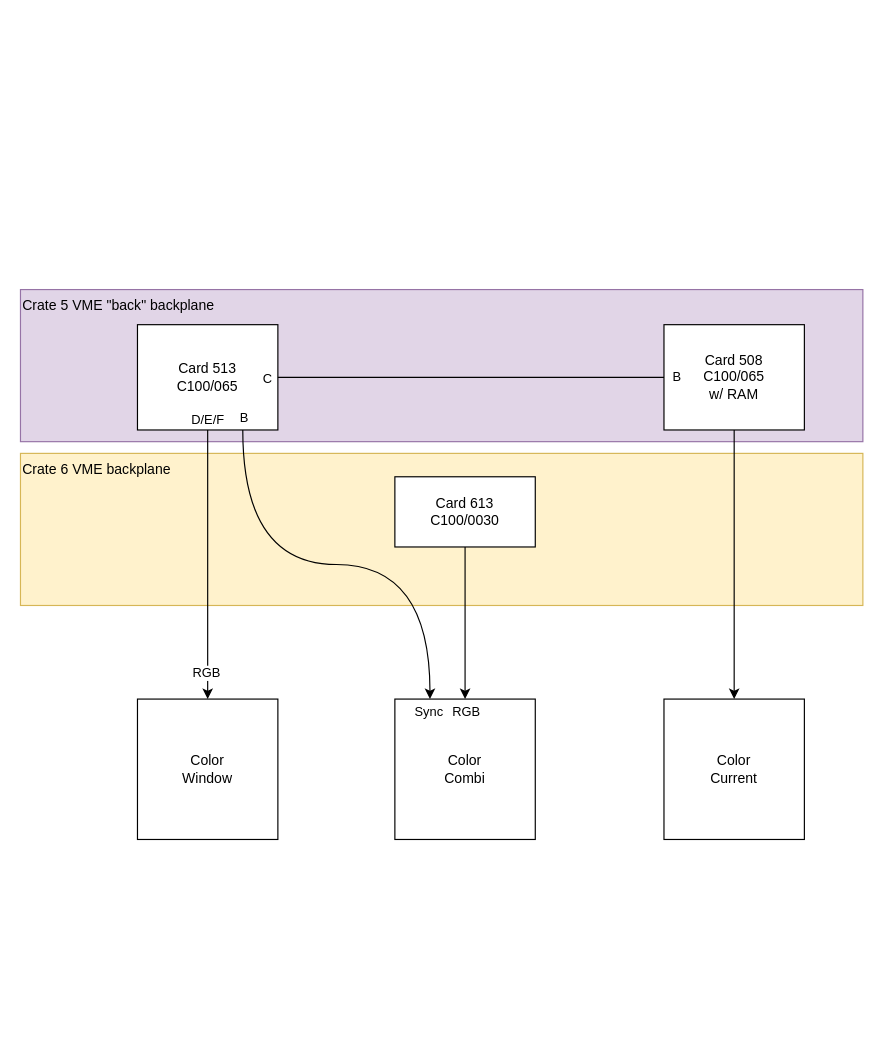
Before: page "Block diagram" (2 of 2) of hardware/Aesthedes 2 HW.drawio in egueli/Aesthedes-notes, a draw.io diagram. Source tidied: cells renumbered, new cells numbered last; positions are measured from the earlier drawing's top-left corner, leaving out a move shared by most shapes. Both pictures are drawn from the tidied source at 117%, with x=0, y=0 at pixel (20, 289).
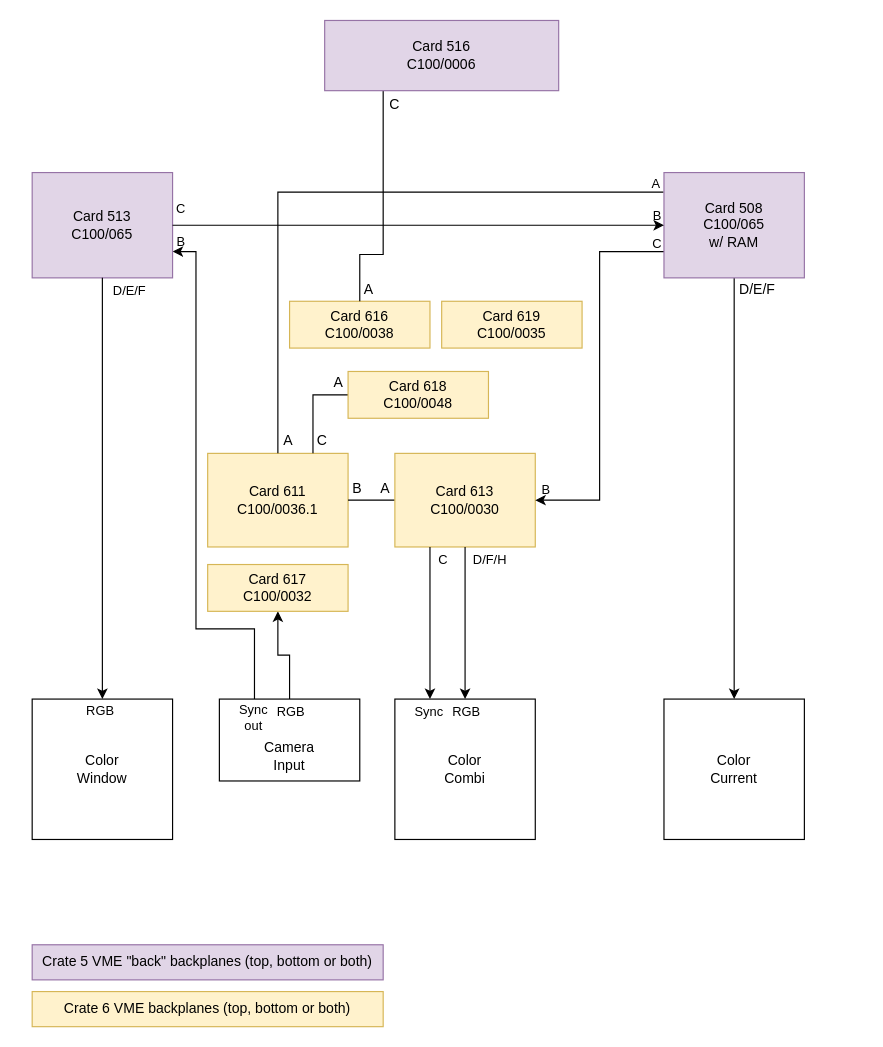
After the change.

Commit message:
add all Crate 6 cards

The change refers to these unchanged cells:
```xml
<mxCell id="5" value="&lt;div&gt;Color&lt;/div&gt;&lt;div&gt;Combi&lt;/div&gt;" style="rounded=0;whiteSpace=wrap;html=1;" parent="1" vertex="1">
  <mxGeometry x="320" y="350" width="120" height="120" as="geometry" />
</mxCell>
<mxCell id="11" style="edgeStyle=orthogonalEdgeStyle;rounded=0;jettySize=auto;html=1;" parent="1" edge="1" source="6" target="7">
  <mxGeometry relative="1" as="geometry" />
</mxCell>
<mxCell id="17" style="edgeStyle=orthogonalEdgeStyle;rounded=0;jettySize=auto;html=1;" parent="1" edge="1" source="4" target="5">
  <mxGeometry relative="1" as="geometry" />
</mxCell>
```

Diff of the diagram source:
```diff
@@
+    <mxCell id="22" value="&lt;div&gt;Card 611&lt;/div&gt;&lt;div&gt;C100/0036.1&lt;/div&gt;" style="rounded=0;whiteSpace=wrap;html=1;fillColor=#fff2cc;strokeColor=#d6b656;" parent="1" vertex="1">
+      <mxGeometry x="160" y="140" width="120" height="80" as="geometry" />
+    </mxCell>
+    <mxCell id="23" style="edgeStyle=orthogonalEdgeStyle;rounded=0;jettySize=auto;html=1;exitX=0.5;exitY=0;exitDx=0;exitDy=0;entryX=0.5;entryY=1;entryDx=0;entryDy=0;" parent="1" edge="1" source="24" target="53">
+      <mxGeometry relative="1" as="geometry" />
+    </mxCell>
+    <mxCell id="24" value="&lt;div&gt;Camera&lt;/div&gt;&lt;div&gt;Input&lt;/div&gt;" style="rounded=0;whiteSpace=wrap;html=1;verticalAlign=bottom;align=center;spacing=6;" parent="1" vertex="1">
+      <mxGeometry x="170" y="350" width="120" height="70" as="geometry" />
+    </mxCell>
-    <mxCell id="2" value="Crate 6 VME backplane" style="rounded=0;whiteSpace=wrap;html=1;rotation=0;direction=south;align=left;verticalAlign=top;fillColor=#fff2cc;strokeColor=#d6b656;" parent="1" vertex="1">
-      <mxGeometry y="140" width="720" height="130" as="geometry" />
+    <mxCell id="2" value="Crate 6 VME backplanes (top, bottom or both)" style="rounded=0;whiteSpace=wrap;html=1;rotation=0;direction=south;align=center;verticalAlign=top;fillColor=#fff2cc;strokeColor=#d6b656;spacing=3;" parent="1" vertex="1">
+      <mxGeometry x="10" y="600" width="300" height="30" as="geometry" />
     </mxCell>
-    <mxCell id="3" value="Crate 5 VME &quot;back&quot; backplane" style="rounded=0;whiteSpace=wrap;html=1;rotation=0;direction=south;align=left;verticalAlign=top;fillColor=#e1d5e7;strokeColor=#9673a6;" parent="1" vertex="1">
-      <mxGeometry width="720" height="130" as="geometry" />
+    <mxCell id="3" value="Crate 5 VME &quot;back&quot; backplanes (top, bottom or both)" style="rounded=0;whiteSpace=wrap;html=1;rotation=0;direction=south;align=center;verticalAlign=top;fillColor=#e1d5e7;strokeColor=#9673a6;spacing=3;" parent="1" vertex="1">
+      <mxGeometry x="10" y="560" width="300" height="30" as="geometry" />
     </mxCell>
+    <mxCell id="25" style="edgeStyle=orthogonalEdgeStyle;rounded=0;jettySize=auto;html=1;exitX=0;exitY=0.5;exitDx=0;exitDy=0;entryX=1;entryY=0.5;entryDx=0;entryDy=0;endArrow=none;endFill=0;labelBackgroundColor=none;" parent="1" edge="1" source="4" target="22">
+      <mxGeometry relative="1" as="geometry" />
+    </mxCell>
-    <mxCell id="4" value="&lt;div&gt;Card 613&lt;/div&gt;&lt;div&gt;C100/0030&lt;/div&gt;" style="rounded=0;whiteSpace=wrap;html=1;" parent="1" vertex="1">
-      <mxGeometry x="320" y="160" width="120" height="60" as="geometry" />
+    <mxCell id="4" value="&lt;div&gt;Card 613&lt;/div&gt;&lt;div&gt;C100/0030&lt;/div&gt;" style="rounded=0;whiteSpace=wrap;html=1;fillColor=#fff2cc;strokeColor=#d6b656;" parent="1" vertex="1">
+      <mxGeometry x="320" y="140" width="120" height="80" as="geometry" />
     </mxCell>
@@
+    <mxCell id="26" style="edgeStyle=orthogonalEdgeStyle;rounded=0;jettySize=auto;html=1;entryX=0.25;entryY=0;entryDx=0;entryDy=0;endArrow=none;endFill=0;startArrow=classic;startFill=1;exitX=1;exitY=0.75;exitDx=0;exitDy=0;" parent="1" edge="1" source="6" target="24">
+      <mxGeometry relative="1" as="geometry">
+        <Array as="points">
+          <mxPoint x="150" y="-32" />
+          <mxPoint x="150" y="290" />
+          <mxPoint x="200" y="290" />
+        </Array>
+      </mxGeometry>
+    </mxCell>
-    <mxCell id="6" value="Card 513&lt;div&gt;C100/065&lt;/div&gt;" style="rounded=0;whiteSpace=wrap;html=1;" parent="1" vertex="1">
-      <mxGeometry x="100" y="30" width="120" height="90" as="geometry" />
+    <mxCell id="6" value="Card 513&lt;div&gt;C100/065&lt;/div&gt;" style="rounded=0;whiteSpace=wrap;html=1;fillColor=#e1d5e7;strokeColor=#9673a6;" parent="1" vertex="1">
+      <mxGeometry x="10" y="-100" width="120" height="90" as="geometry" />
     </mxCell>
     <mxCell id="7" value="&lt;div&gt;Color&lt;/div&gt;&lt;div&gt;Window&lt;/div&gt;" style="whiteSpace=wrap;html=1;" parent="1" vertex="1">
-      <mxGeometry x="100" y="350" width="120" height="120" as="geometry" />
+      <mxGeometry x="10" y="350" width="120" height="120" as="geometry" />
     </mxCell>
@@
+    <mxCell id="27" style="edgeStyle=orthogonalEdgeStyle;rounded=0;jettySize=auto;html=1;exitX=0;exitY=0.75;exitDx=0;exitDy=0;entryX=1;entryY=0.5;entryDx=0;entryDy=0;endArrow=classic;endFill=1;startArrow=none;startFill=0;" parent="1" edge="1" source="10" target="4">
+      <mxGeometry relative="1" as="geometry" />
+    </mxCell>
-    <mxCell id="10" value="&lt;div&gt;Card 508&lt;/div&gt;&lt;div&gt;C100/065&lt;/div&gt;&lt;div&gt;w/ RAM&lt;/div&gt;" style="rounded=0;whiteSpace=wrap;html=1;" parent="1" vertex="1">
-      <mxGeometry x="550" y="30" width="120" height="90" as="geometry" />
+    <mxCell id="10" value="&lt;div&gt;Card 508&lt;/div&gt;&lt;div&gt;C100/065&lt;/div&gt;&lt;div&gt;w/ RAM&lt;/div&gt;" style="rounded=0;whiteSpace=wrap;html=1;fillColor=#e1d5e7;strokeColor=#9673a6;" parent="1" vertex="1">
+      <mxGeometry x="550" y="-100" width="120" height="90" as="geometry" />
     </mxCell>
@@
-    <mxCell id="12" value="RGB" style="edgeLabel;html=1;align=center;verticalAlign=middle;" parent="11" vertex="1">
-      <mxGeometry x="0.27" y="-2" relative="1" as="geometry">
-        <mxPoint y="61" as="offset" />
-      </mxGeometry>
-    </mxCell>
-    <mxCell id="13" value="D/E/F" style="edgeLabel;html=1;align=center;verticalAlign=middle;rotation=0;" parent="11" vertex="1">
-      <mxGeometry x="-0.66" y="-1" relative="1" as="geometry">
-        <mxPoint y="-49" as="offset" />
-      </mxGeometry>
-    </mxCell>
-    <mxCell id="14" style="edgeStyle=orthogonalEdgeStyle;rounded=0;jettySize=auto;html=1;endArrow=none;endFill=0;" parent="1" edge="1" source="6" target="10">
-      <mxGeometry relative="1" as="geometry" />
-    </mxCell>
-    <mxCell id="15" value="C" style="edgeLabel;html=1;align=center;verticalAlign=middle;" parent="14" vertex="1">
-      <mxGeometry x="-0.94" relative="1" as="geometry">
-        <mxPoint x="-20" as="offset" />
-      </mxGeometry>
-    </mxCell>
-    <mxCell id="16" value="B" style="edgeLabel;html=1;align=center;verticalAlign=middle;" parent="14" vertex="1">
-      <mxGeometry x="0.74" y="1" relative="1" as="geometry">
-        <mxPoint x="53" as="offset" />
-      </mxGeometry>
-    </mxCell>
@@
+    <mxCell id="28" value="D/F/H" style="edgeLabel;html=1;align=center;verticalAlign=middle;labelBackgroundColor=none;" parent="17" vertex="1">
+      <mxGeometry relative="1" as="geometry">
+        <mxPoint x="20" y="-55" as="offset" />
+      </mxGeometry>
+    </mxCell>
+    <mxCell id="29" value="C" style="edgeLabel;html=1;align=center;verticalAlign=middle;labelBackgroundColor=none;" parent="17" vertex="1">
+      <mxGeometry relative="1" as="geometry">
+        <mxPoint x="163" y="-325" as="offset" />
+      </mxGeometry>
+    </mxCell>
+    <mxCell id="30" value="B" style="edgeLabel;html=1;align=center;verticalAlign=middle;labelBackgroundColor=none;" parent="17" vertex="1">
+      <mxGeometry relative="1" as="geometry">
+        <mxPoint x="68" y="-115" as="offset" />
+      </mxGeometry>
+    </mxCell>
+    <mxCell id="31" value="RGB" style="edgeLabel;html=1;align=center;verticalAlign=middle;" parent="17" vertex="1">
+      <mxGeometry x="0.87" y="-1" relative="1" as="geometry">
+        <mxPoint x="-149" y="18" as="offset" />
+      </mxGeometry>
+    </mxCell>
-    <mxCell id="19" style="edgeStyle=orthogonalEdgeStyle;rounded=0;jettySize=auto;html=1;curved=1;exitX=0.75;exitY=1;exitDx=0;exitDy=0;entryX=0.25;entryY=0;entryDx=0;entryDy=0;" parent="1" edge="1" source="6" target="5">
+    <mxCell id="19" style="edgeStyle=orthogonalEdgeStyle;rounded=0;jettySize=auto;html=1;curved=1;exitX=0.25;exitY=1;exitDx=0;exitDy=0;entryX=0.25;entryY=0;entryDx=0;entryDy=0;" parent="1" edge="1" source="4" target="5">
       <mxGeometry relative="1" as="geometry" />
     </mxCell>
     <mxCell id="20" value="Sync" style="edgeLabel;html=1;align=center;verticalAlign=middle;" parent="19" vertex="1">
       <mxGeometry x="0.43" y="-17" relative="1" as="geometry">
-        <mxPoint x="15" y="121" as="offset" />
+        <mxPoint x="15" y="47" as="offset" />
       </mxGeometry>
     </mxCell>
-    <mxCell id="21" value="B" style="edgeLabel;html=1;align=center;verticalAlign=middle;" parent="19" vertex="1">
+    <mxCell id="21" value="C" style="edgeLabel;html=1;align=center;verticalAlign=middle;labelBackgroundColor=none;" parent="19" vertex="1">
       <mxGeometry x="-0.88" y="2" relative="1" as="geometry">
-        <mxPoint x="-2" y="-34" as="offset" />
+        <mxPoint x="8" y="2" as="offset" />
       </mxGeometry>
     </mxCell>
+    <mxCell id="32" value="&lt;div&gt;Sync&lt;/div&gt;&lt;div&gt;out&lt;/div&gt;" style="edgeLabel;html=1;align=center;verticalAlign=middle;" parent="19" vertex="1">
+      <mxGeometry x="0.43" y="-17" relative="1" as="geometry">
+        <mxPoint x="-135" y="52" as="offset" />
+      </mxGeometry>
+    </mxCell>
+    <mxCell id="33" value="RGB" style="edgeLabel;html=1;align=center;verticalAlign=middle;" parent="1" vertex="1">
+      <mxGeometry x="70" y="360" as="geometry">
+        <mxPoint x="-3" y="-1" as="offset" />
+      </mxGeometry>
+    </mxCell>
+    <mxCell id="34" value="D/E/F" style="edgeLabel;html=1;align=center;verticalAlign=middle;rotation=0;labelBackgroundColor=none;" parent="1" vertex="1">
+      <mxGeometry x="90" as="geometry">
+        <mxPoint x="2" as="offset" />
+      </mxGeometry>
+    </mxCell>
+    <mxCell id="35" style="edgeStyle=orthogonalEdgeStyle;rounded=0;jettySize=auto;html=1;exitX=0.75;exitY=0;exitDx=0;exitDy=0;entryX=0;entryY=0.5;entryDx=0;entryDy=0;endArrow=none;endFill=0;" parent="1" edge="1" source="22" target="38">
+      <mxGeometry relative="1" as="geometry" />
+    </mxCell>
+    <mxCell id="36" value="B" style="edgeLabel;html=1;align=center;verticalAlign=middle;labelBackgroundColor=none;" parent="1" vertex="1">
+      <mxGeometry x="545" y="-65" as="geometry">
+        <mxPoint x="-2" y="1" as="offset" />
+      </mxGeometry>
+    </mxCell>
+    <mxCell id="37" style="edgeStyle=orthogonalEdgeStyle;rounded=0;jettySize=auto;html=1;exitX=0.5;exitY=0;exitDx=0;exitDy=0;entryX=-0.005;entryY=0.185;entryDx=0;entryDy=0;entryPerimeter=0;endArrow=none;endFill=0;" parent="1" edge="1" source="22" target="10">
+      <mxGeometry relative="1" as="geometry" />
+    </mxCell>
+    <mxCell id="38" value="&lt;div&gt;Card 618&lt;/div&gt;&lt;div&gt;C100/0048&lt;/div&gt;" style="rounded=0;whiteSpace=wrap;html=1;fillColor=#fff2cc;strokeColor=#d6b656;" parent="1" vertex="1">
+      <mxGeometry x="280" y="70" width="120" height="40" as="geometry" />
+    </mxCell>
+    <mxCell id="14" style="edgeStyle=orthogonalEdgeStyle;rounded=0;jettySize=auto;html=1;endArrow=classic;endFill=1;" parent="1" edge="1" source="6" target="10">
+      <mxGeometry relative="1" as="geometry" />
+    </mxCell>
+    <mxCell id="15" value="C" style="edgeLabel;html=1;align=center;verticalAlign=middle;labelBackgroundColor=none;" parent="14" vertex="1">
+      <mxGeometry x="-0.94" relative="1" as="geometry">
+        <mxPoint x="-7" y="-15" as="offset" />
+      </mxGeometry>
+    </mxCell>
+    <mxCell id="39" value="A" style="edgeLabel;html=1;align=center;verticalAlign=middle;labelBackgroundColor=none;" parent="14" vertex="1">
+      <mxGeometry x="-0.94" relative="1" as="geometry">
+        <mxPoint x="399" y="-36" as="offset" />
+      </mxGeometry>
+    </mxCell>
+    <mxCell id="40" value="B" style="edgeLabel;html=1;align=center;verticalAlign=middle;labelBackgroundColor=none;" parent="14" vertex="1">
+      <mxGeometry x="-0.94" relative="1" as="geometry">
+        <mxPoint x="-7" y="13" as="offset" />
+      </mxGeometry>
+    </mxCell>
+    <mxCell id="41" value="&lt;div&gt;Card 619&lt;/div&gt;&lt;div&gt;C100/0035&lt;/div&gt;" style="rounded=0;whiteSpace=wrap;html=1;fillColor=#fff2cc;strokeColor=#d6b656;" parent="1" vertex="1">
+      <mxGeometry x="360" y="10" width="120" height="40" as="geometry" />
+    </mxCell>
+    <mxCell id="42" value="D/E/F" style="text;html=1;whiteSpace=wrap;strokeColor=none;fillColor=none;align=center;verticalAlign=middle;rounded=0;" parent="1" vertex="1">
+      <mxGeometry x="610" y="-5" width="40" height="10" as="geometry" />
+    </mxCell>
+    <mxCell id="43" value="A" style="text;html=1;whiteSpace=wrap;strokeColor=none;fillColor=none;align=center;verticalAlign=middle;rounded=0;" parent="1" vertex="1">
+      <mxGeometry x="224" y="124" width="10" height="10" as="geometry" />
+    </mxCell>
+    <mxCell id="44" value="C" style="text;html=1;whiteSpace=wrap;strokeColor=none;fillColor=none;align=center;verticalAlign=middle;rounded=0;" parent="1" vertex="1">
+      <mxGeometry x="253" y="124" width="10" height="10" as="geometry" />
+    </mxCell>
+    <mxCell id="45" value="A" style="text;html=1;whiteSpace=wrap;strokeColor=none;fillColor=none;align=center;verticalAlign=middle;rounded=0;" parent="1" vertex="1">
+      <mxGeometry x="267" y="75" width="10" height="10" as="geometry" />
+    </mxCell>
+    <mxCell id="46" value="A" style="text;html=1;whiteSpace=wrap;strokeColor=none;fillColor=none;align=center;verticalAlign=middle;rounded=0;" parent="1" vertex="1">
+      <mxGeometry x="307" y="165" width="10" height="10" as="geometry" />
+    </mxCell>
+    <mxCell id="47" value="B" style="text;html=1;whiteSpace=wrap;strokeColor=none;fillColor=none;align=center;verticalAlign=middle;rounded=0;" parent="1" vertex="1">
+      <mxGeometry x="283" y="165" width="10" height="10" as="geometry" />
+    </mxCell>
+    <mxCell id="48" value="&lt;div&gt;Card 616&lt;/div&gt;&lt;div&gt;C100/0038&lt;/div&gt;" style="rounded=0;whiteSpace=wrap;html=1;fillColor=#fff2cc;strokeColor=#d6b656;" parent="1" vertex="1">
+      <mxGeometry x="230" y="10" width="120" height="40" as="geometry" />
+    </mxCell>
+    <mxCell id="49" style="edgeStyle=orthogonalEdgeStyle;rounded=0;jettySize=auto;html=1;exitX=0.25;exitY=1;exitDx=0;exitDy=0;entryX=0.5;entryY=0;entryDx=0;entryDy=0;endArrow=none;endFill=0;" parent="1" edge="1" source="50" target="48">
+      <mxGeometry relative="1" as="geometry">
+        <Array as="points">
+          <mxPoint x="310" y="-30" />
+          <mxPoint x="290" y="-30" />
+        </Array>
+      </mxGeometry>
+    </mxCell>
+    <mxCell id="50" value="Card 516&lt;div&gt;C100/0006&lt;/div&gt;" style="rounded=0;whiteSpace=wrap;html=1;fillColor=#e1d5e7;strokeColor=#9673a6;" parent="1" vertex="1">
+      <mxGeometry x="260" y="-230" width="200" height="60" as="geometry" />
+    </mxCell>
+    <mxCell id="51" value="A" style="text;html=1;whiteSpace=wrap;strokeColor=none;fillColor=none;align=center;verticalAlign=middle;rounded=0;" parent="1" vertex="1">
+      <mxGeometry x="293" y="-5" width="10" height="10" as="geometry" />
+    </mxCell>
+    <mxCell id="52" value="C" style="text;html=1;whiteSpace=wrap;strokeColor=none;fillColor=none;align=center;verticalAlign=middle;rounded=0;" parent="1" vertex="1">
+      <mxGeometry x="315" y="-163" width="10" height="10" as="geometry" />
+    </mxCell>
+    <mxCell id="53" value="&lt;div&gt;Card 617&lt;/div&gt;&lt;div&gt;C100/0032&lt;/div&gt;" style="rounded=0;whiteSpace=wrap;html=1;fillColor=#fff2cc;strokeColor=#d6b656;" parent="1" vertex="1">
+      <mxGeometry x="160" y="235" width="120" height="40" as="geometry" />
+    </mxCell>
```
